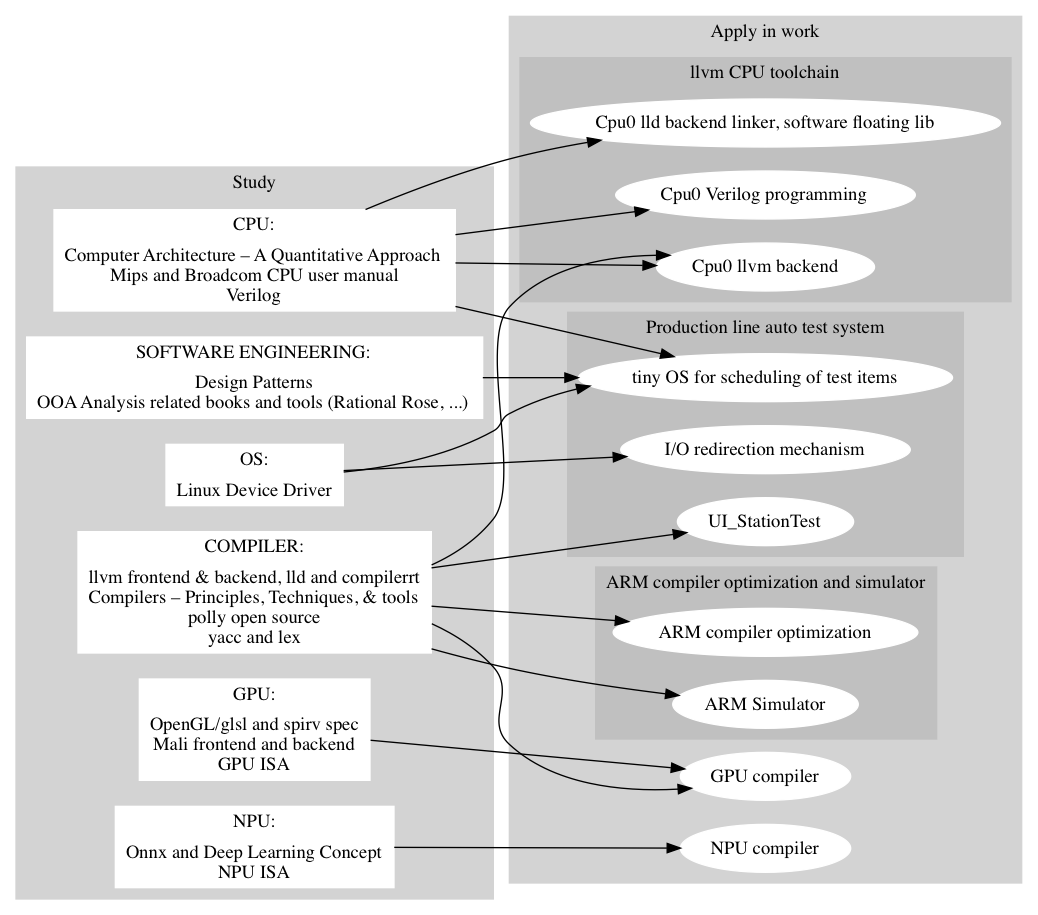
Jonathan2251/ws keeps this Graphviz diagram as images/study_and_apply.png. Above is the earlier version. Its source is kept beside it as images/study_and_apply.gv.
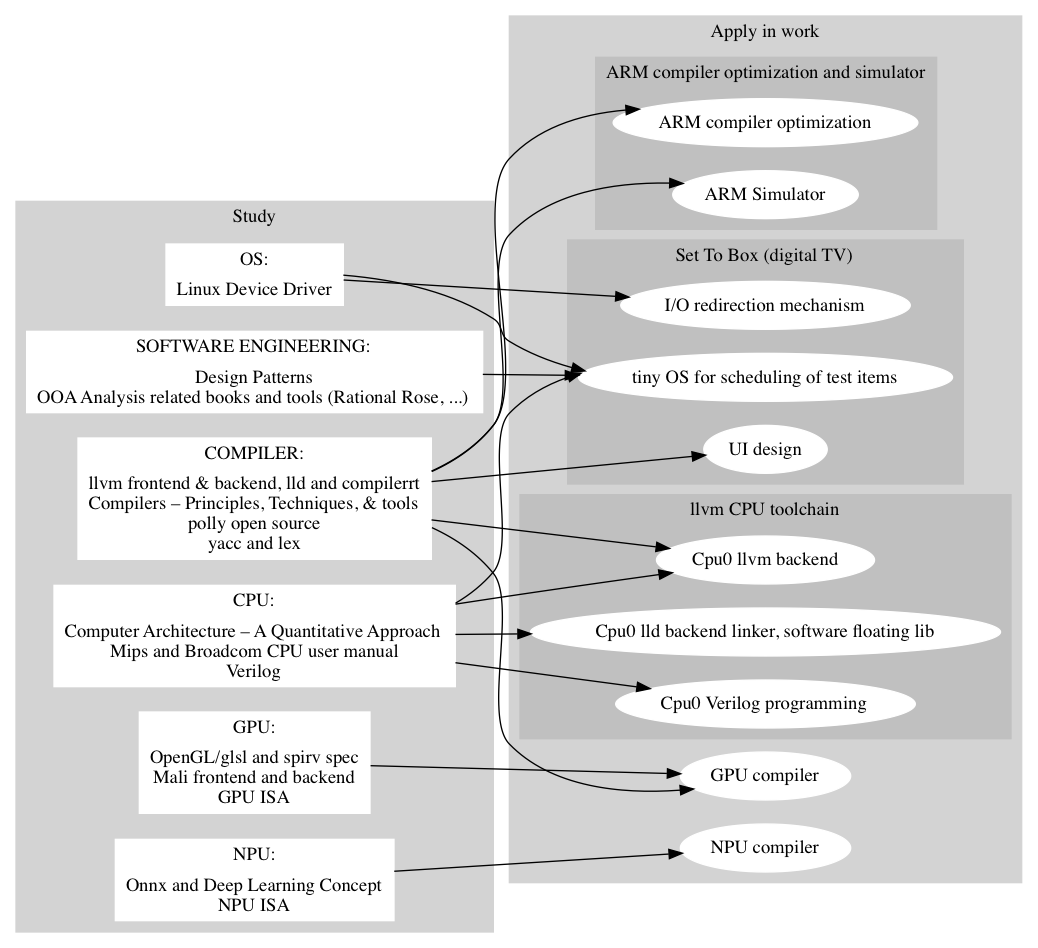
Later version of the same file.

What changed in the source:
```diff
@@ -34,9 +34,9 @@
     node [style=filled,color=white]; npucompiler [label="NPU compiler"];
     subgraph cluster_1_3 {
       color=gray;
-      label = "Production line auto test system";
+      label = "Set To Box (digital TV)";
       node [style=filled,color=white]; tinyos [label="tiny OS for scheduling of test items"];
-      node [style=filled,color=white]; teststation [label="UI_StationTest"];
+      node [style=filled,color=white]; ui [label="UI design"];
       node [style=filled,color=white]; io [label="I/O redirection mechanism"];
     }
   }
@@ -50,7 +50,7 @@
   COMPILER -> gpucompiler;
   COMPILER -> armopt;
   COMPILER -> armsim;
-  COMPILER -> teststation;
+  COMPILER -> ui;
   OS -> tinyos;
   OS -> io;
   "SOFTWARE ENGINEERING" -> tinyos;
```
